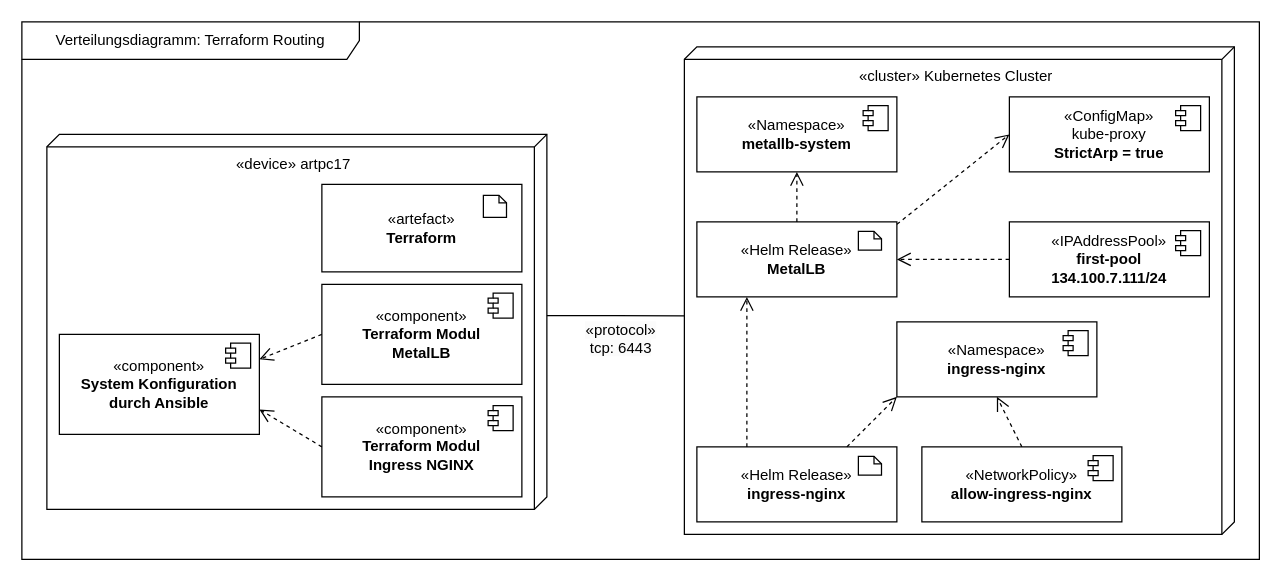
pogii123/drawio-charts keeps this draw.io diagram as uni-bsc/dd-routing.drawio. Above is the earlier version. Source tidied: cells renumbered, new cells numbered last; positions are measured from the earlier drawing's top-left corner, leaving out a move shared by most shapes. Both pictures are drawn from the tidied source at 125%, with x=0, y=0 at pixel (21, 21).
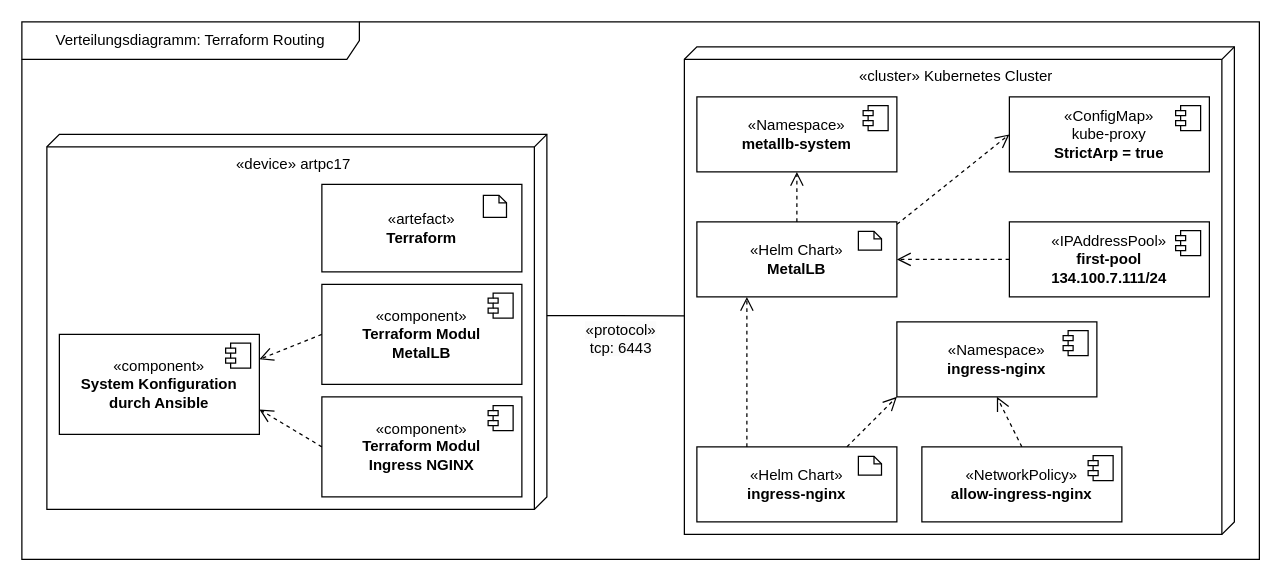
The same diagram, later.

The change refers to these unchanged cells:
```xml
<mxCell id="21" style="group;" parent="1" vertex="1">
  <mxGeometry x="540" y="160" width="160" height="60" as="geometry" />
</mxCell>
<mxCell id="28" style="group;" parent="1" vertex="1">
  <mxGeometry x="540" y="340" width="160" height="60" as="geometry" />
</mxCell>
```

Diff of the diagram source:
```diff
@@
-    <mxCell id="22" value="«Helm Release»&lt;br&gt;&lt;b&gt;MetalLB&lt;/b&gt;" style="html=1;whiteSpace=wrap;" parent="21" vertex="1">
+    <mxCell id="22" value="«Helm Chart»&lt;br&gt;&lt;b&gt;MetalLB&lt;/b&gt;" style="html=1;whiteSpace=wrap;" parent="21" vertex="1">
       <mxGeometry width="160" height="60" as="geometry" />
     </mxCell>
@@
-    <mxCell id="29" value="«Helm Release»&lt;br&gt;&lt;b&gt;ingress-nginx&lt;/b&gt;" style="html=1;whiteSpace=wrap;" parent="28" vertex="1">
+    <mxCell id="29" value="«Helm Chart»&lt;br&gt;&lt;b&gt;ingress-nginx&lt;/b&gt;" style="html=1;whiteSpace=wrap;" parent="28" vertex="1">
       <mxGeometry width="160" height="60" as="geometry" />
     </mxCell>
```
